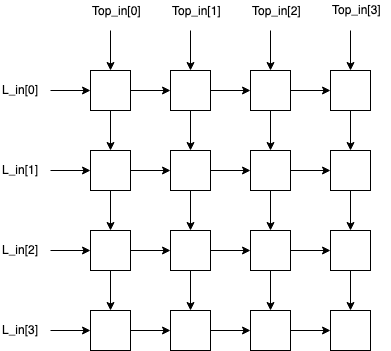
This is doc.png from BracketMaster/Systolic-Array-Python-Migen-Verilog, a draw.io export, as it was before one commit. Source tidied: cells renumbered, new cells last; positions are measured from the earlier drawing's top-left corner, leaving out a move shared by most shapes.
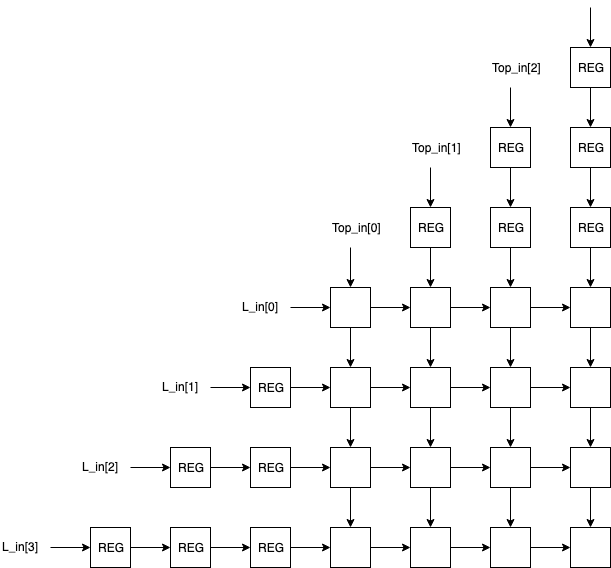
Later version of the same file.

The edit, as a diff of the source:
```diff
@@ -8,14 +8,16 @@
     <mxCell id="3" style="edgeStyle=orthogonalEdgeStyle;rounded=0;jettySize=auto;html=1;" parent="1" edge="1" source="6" target="21">
       <mxGeometry relative="1" as="geometry" />
     </mxCell>
-    <mxCell id="4" style="edgeStyle=orthogonalEdgeStyle;rounded=0;jettySize=auto;html=1;exitX=0;exitY=0.5;exitDx=0;exitDy=0;entryX=0;entryY=0.5;entryDx=0;entryDy=0;" parent="1" edge="1" target="6">
+    <mxCell id="4" style="edgeStyle=orthogonalEdgeStyle;rounded=0;orthogonalLoop=1;jettySize=auto;html=1;exitX=0;exitY=0.5;exitDx=0;exitDy=0;entryX=0;entryY=0.5;entryDx=0;entryDy=0;" parent="1" edge="1">
       <mxGeometry relative="1" as="geometry">
         <mxPoint x="50" y="90" as="sourcePoint" />
+        <mxPoint x="90" y="90" as="targetPoint" />
       </mxGeometry>
     </mxCell>
-    <mxCell id="5" style="edgeStyle=orthogonalEdgeStyle;rounded=0;jettySize=auto;html=1;exitX=0.5;exitY=0;exitDx=0;exitDy=0;entryX=0.5;entryY=0;entryDx=0;entryDy=0;" parent="1" edge="1" target="6">
+    <mxCell id="5" style="edgeStyle=orthogonalEdgeStyle;rounded=0;orthogonalLoop=1;jettySize=auto;html=1;exitX=0.5;exitY=0;exitDx=0;exitDy=0;entryX=0.5;entryY=0;entryDx=0;entryDy=0;" parent="1" edge="1">
       <mxGeometry relative="1" as="geometry">
         <mxPoint x="110" y="30" as="sourcePoint" />
+        <mxPoint x="110" y="70" as="targetPoint" />
       </mxGeometry>
     </mxCell>
     <mxCell id="6" style="rounded=0;whiteSpace=wrap;html=1;" parent="1" vertex="1">
@@ -27,9 +29,10 @@
     <mxCell id="8" style="edgeStyle=orthogonalEdgeStyle;rounded=0;jettySize=auto;html=1;exitX=0.5;exitY=1;exitDx=0;exitDy=0;entryX=0.5;entryY=0;entryDx=0;entryDy=0;" parent="1" edge="1" source="10" target="24">
       <mxGeometry relative="1" as="geometry" />
     </mxCell>
-    <mxCell id="9" style="edgeStyle=orthogonalEdgeStyle;rounded=0;jettySize=auto;html=1;exitX=0.5;exitY=0;exitDx=0;exitDy=0;entryX=0.5;entryY=0;entryDx=0;entryDy=0;" parent="1" edge="1" target="10">
+    <mxCell id="9" style="edgeStyle=orthogonalEdgeStyle;rounded=0;orthogonalLoop=1;jettySize=auto;html=1;exitX=0.5;exitY=0;exitDx=0;exitDy=0;entryX=0.5;entryY=0;entryDx=0;entryDy=0;" parent="1" edge="1">
       <mxGeometry relative="1" as="geometry">
-        <mxPoint x="190" y="30" as="sourcePoint" />
+        <mxPoint x="190" y="-50" as="sourcePoint" />
+        <mxPoint x="190" y="-10" as="targetPoint" />
       </mxGeometry>
     </mxCell>
     <mxCell id="10" style="rounded=0;whiteSpace=wrap;html=1;" parent="1" vertex="1">
@@ -41,9 +44,10 @@
     <mxCell id="12" style="edgeStyle=orthogonalEdgeStyle;rounded=0;jettySize=auto;html=1;exitX=0.5;exitY=1;exitDx=0;exitDy=0;entryX=0.5;entryY=0;entryDx=0;entryDy=0;" parent="1" edge="1" source="14" target="27">
       <mxGeometry relative="1" as="geometry" />
     </mxCell>
-    <mxCell id="13" style="edgeStyle=orthogonalEdgeStyle;rounded=0;jettySize=auto;html=1;exitX=0.5;exitY=0;exitDx=0;exitDy=0;entryX=0.5;entryY=0;entryDx=0;entryDy=0;" parent="1" edge="1" target="14">
+    <mxCell id="13" style="edgeStyle=orthogonalEdgeStyle;rounded=0;orthogonalLoop=1;jettySize=auto;html=1;exitX=0.5;exitY=0;exitDx=0;exitDy=0;entryX=0.5;entryY=0;entryDx=0;entryDy=0;" parent="1" edge="1">
       <mxGeometry relative="1" as="geometry">
-        <mxPoint x="270" y="30" as="sourcePoint" />
+        <mxPoint x="270" y="-130" as="sourcePoint" />
+        <mxPoint x="270" y="-90" as="targetPoint" />
       </mxGeometry>
     </mxCell>
     <mxCell id="14" style="rounded=0;whiteSpace=wrap;html=1;" parent="1" vertex="1">
@@ -52,9 +56,10 @@
     <mxCell id="15" style="edgeStyle=orthogonalEdgeStyle;rounded=0;jettySize=auto;html=1;exitX=0.5;exitY=1;exitDx=0;exitDy=0;entryX=0.5;entryY=0;entryDx=0;entryDy=0;" parent="1" edge="1" source="17" target="29">
       <mxGeometry relative="1" as="geometry" />
     </mxCell>
-    <mxCell id="16" style="edgeStyle=orthogonalEdgeStyle;rounded=0;jettySize=auto;html=1;exitX=0.5;exitY=0;exitDx=0;exitDy=0;entryX=0.5;entryY=0;entryDx=0;entryDy=0;" parent="1" edge="1" target="17">
+    <mxCell id="16" style="edgeStyle=orthogonalEdgeStyle;rounded=0;orthogonalLoop=1;jettySize=auto;html=1;exitX=0.5;exitY=0;exitDx=0;exitDy=0;entryX=0.5;entryY=0;entryDx=0;entryDy=0;" parent="1" edge="1">
       <mxGeometry relative="1" as="geometry">
-        <mxPoint x="350" y="30" as="sourcePoint" />
+        <mxPoint x="350" y="-210" as="sourcePoint" />
+        <mxPoint x="350" y="-170" as="targetPoint" />
       </mxGeometry>
     </mxCell>
     <mxCell id="17" style="rounded=0;whiteSpace=wrap;html=1;" parent="1" vertex="1">
@@ -66,9 +71,10 @@
     <mxCell id="19" style="edgeStyle=orthogonalEdgeStyle;rounded=0;jettySize=auto;html=1;" parent="1" edge="1" source="21" target="33">
       <mxGeometry relative="1" as="geometry" />
     </mxCell>
-    <mxCell id="20" style="edgeStyle=orthogonalEdgeStyle;rounded=0;jettySize=auto;html=1;exitX=0;exitY=0.5;exitDx=0;exitDy=0;entryX=0;entryY=0.5;entryDx=0;entryDy=0;" parent="1" edge="1" target="21">
+    <mxCell id="20" style="edgeStyle=orthogonalEdgeStyle;rounded=0;orthogonalLoop=1;jettySize=auto;html=1;exitX=0;exitY=0.5;exitDx=0;exitDy=0;entryX=0;entryY=0.5;entryDx=0;entryDy=0;" parent="1" edge="1">
       <mxGeometry relative="1" as="geometry">
-        <mxPoint x="50" y="170" as="sourcePoint" />
+        <mxPoint x="-30" y="170" as="sourcePoint" />
+        <mxPoint x="10" y="170" as="targetPoint" />
       </mxGeometry>
     </mxCell>
     <mxCell id="21" style="rounded=0;whiteSpace=wrap;html=1;" parent="1" vertex="1">
@@ -104,9 +110,10 @@
     <mxCell id="31" style="edgeStyle=orthogonalEdgeStyle;rounded=0;jettySize=auto;html=1;" parent="1" edge="1" source="33" target="44">
       <mxGeometry relative="1" as="geometry" />
     </mxCell>
-    <mxCell id="32" style="edgeStyle=orthogonalEdgeStyle;rounded=0;jettySize=auto;html=1;exitX=0;exitY=0.5;exitDx=0;exitDy=0;entryX=0;entryY=0.5;entryDx=0;entryDy=0;" parent="1" edge="1" target="33">
+    <mxCell id="32" style="edgeStyle=orthogonalEdgeStyle;rounded=0;orthogonalLoop=1;jettySize=auto;html=1;exitX=0;exitY=0.5;exitDx=0;exitDy=0;entryX=0;entryY=0.5;entryDx=0;entryDy=0;" parent="1" edge="1">
       <mxGeometry relative="1" as="geometry">
-        <mxPoint x="50" y="250" as="sourcePoint" />
+        <mxPoint x="-110" y="250" as="sourcePoint" />
+        <mxPoint x="-70" y="250" as="targetPoint" />
       </mxGeometry>
     </mxCell>
     <mxCell id="33" style="rounded=0;whiteSpace=wrap;html=1;" parent="1" vertex="1">
@@ -139,9 +146,10 @@
     <mxCell id="42" style="edgeStyle=orthogonalEdgeStyle;rounded=0;jettySize=auto;html=1;exitX=1;exitY=0.5;exitDx=0;exitDy=0;entryX=0;entryY=0.5;entryDx=0;entryDy=0;" parent="1" edge="1" source="44" target="46">
       <mxGeometry relative="1" as="geometry" />
     </mxCell>
-    <mxCell id="43" style="edgeStyle=orthogonalEdgeStyle;rounded=0;jettySize=auto;html=1;exitX=0;exitY=0.5;exitDx=0;exitDy=0;entryX=0;entryY=0.5;entryDx=0;entryDy=0;" parent="1" edge="1" target="44">
+    <mxCell id="43" style="edgeStyle=orthogonalEdgeStyle;rounded=0;orthogonalLoop=1;jettySize=auto;html=1;exitX=0;exitY=0.5;exitDx=0;exitDy=0;entryX=0;entryY=0.5;entryDx=0;entryDy=0;" parent="1" edge="1">
       <mxGeometry relative="1" as="geometry">
-        <mxPoint x="50" y="330" as="sourcePoint" />
+        <mxPoint x="-190" y="330" as="sourcePoint" />
+        <mxPoint x="-150" y="330" as="targetPoint" />
       </mxGeometry>
     </mxCell>
     <mxCell id="44" style="rounded=0;whiteSpace=wrap;html=1;" parent="1" vertex="1">
@@ -166,25 +174,94 @@
       <mxGeometry x="90" y="1" width="60" height="20" as="geometry" />
     </mxCell>
     <mxCell id="51" value="Top_in[1]" style="text;html=1;align=left;verticalAlign=top;spacingTop=-4;" parent="1" vertex="1">
-      <mxGeometry x="170" y="1" width="60" height="20" as="geometry" />
+      <mxGeometry x="170" y="-79" width="60" height="20" as="geometry" />
     </mxCell>
     <mxCell id="52" value="Top_in[2]" style="text;html=1;align=left;verticalAlign=top;spacingTop=-4;" parent="1" vertex="1">
-      <mxGeometry x="250" y="1" width="60" height="20" as="geometry" />
+      <mxGeometry x="250" y="-159" width="60" height="20" as="geometry" />
     </mxCell>
-    <mxCell id="53" value="Top_in[3]" style="text;html=1;align=left;verticalAlign=top;spacingTop=-4;" parent="1" vertex="1">
-      <mxGeometry x="330" width="60" height="20" as="geometry" />
+    <mxCell id="53" value="L_in[0]" style="text;html=1;align=left;verticalAlign=top;spacingTop=-4;" parent="1" vertex="1">
+      <mxGeometry y="80" width="50" height="20" as="geometry" />
     </mxCell>
-    <mxCell id="54" value="L_in[0]" style="text;html=1;align=left;verticalAlign=top;spacingTop=-4;" parent="1" vertex="1">
-      <mxGeometry y="80" width="50" height="20" as="geometry" />
+    <mxCell id="54" value="L_in[1]" style="text;html=1;align=left;verticalAlign=top;spacingTop=-4;" parent="1" vertex="1">
+      <mxGeometry x="-80" y="160" width="50" height="20" as="geometry" />
     </mxCell>
-    <mxCell id="55" value="L_in[1]" style="text;html=1;align=left;verticalAlign=top;spacingTop=-4;" parent="1" vertex="1">
-      <mxGeometry y="160" width="50" height="20" as="geometry" />
+    <mxCell id="55" value="L_in[2]" style="text;html=1;align=left;verticalAlign=top;spacingTop=-4;" parent="1" vertex="1">
+      <mxGeometry x="-160" y="240" width="50" height="20" as="geometry" />
     </mxCell>
-    <mxCell id="56" value="L_in[2]" style="text;html=1;align=left;verticalAlign=top;spacingTop=-4;" parent="1" vertex="1">
-      <mxGeometry y="240" width="50" height="20" as="geometry" />
+    <mxCell id="56" value="L_in[3]" style="text;html=1;align=left;verticalAlign=top;spacingTop=-4;" parent="1" vertex="1">
+      <mxGeometry x="-240" y="320" width="50" height="20" as="geometry" />
     </mxCell>
-    <mxCell id="57" value="L_in[3]" style="text;html=1;align=left;verticalAlign=top;spacingTop=-4;" parent="1" vertex="1">
-      <mxGeometry y="320" width="50" height="20" as="geometry" />
+    <mxCell id="57" style="edgeStyle=orthogonalEdgeStyle;rounded=0;jettySize=auto;html=1;" parent="1" edge="1" source="58" target="10">
+      <mxGeometry relative="1" as="geometry" />
     </mxCell>
+    <mxCell id="58" value="REG" style="rounded=0;whiteSpace=wrap;html=1;" parent="1" vertex="1">
+      <mxGeometry x="170" y="-10" width="40" height="40" as="geometry" />
+    </mxCell>
+    <mxCell id="59" style="edgeStyle=orthogonalEdgeStyle;rounded=0;jettySize=auto;html=1;" parent="1" edge="1" source="60" target="14">
+      <mxGeometry relative="1" as="geometry" />
+    </mxCell>
+    <mxCell id="60" value="REG" style="rounded=0;whiteSpace=wrap;html=1;" parent="1" vertex="1">
+      <mxGeometry x="250" y="-10" width="40" height="40" as="geometry" />
+    </mxCell>
+    <mxCell id="61" style="edgeStyle=orthogonalEdgeStyle;rounded=0;jettySize=auto;html=1;" parent="1" edge="1" source="62" target="17">
+      <mxGeometry relative="1" as="geometry" />
+    </mxCell>
+    <mxCell id="62" value="REG" style="rounded=0;whiteSpace=wrap;html=1;" parent="1" vertex="1">
+      <mxGeometry x="330" y="-10" width="40" height="40" as="geometry" />
+    </mxCell>
+    <mxCell id="63" style="edgeStyle=orthogonalEdgeStyle;rounded=0;jettySize=auto;html=1;" parent="1" edge="1" source="64" target="60">
+      <mxGeometry relative="1" as="geometry" />
+    </mxCell>
+    <mxCell id="64" value="REG" style="rounded=0;whiteSpace=wrap;html=1;" parent="1" vertex="1">
+      <mxGeometry x="250" y="-90" width="40" height="40" as="geometry" />
+    </mxCell>
+    <mxCell id="65" style="edgeStyle=orthogonalEdgeStyle;rounded=0;jettySize=auto;html=1;" parent="1" edge="1" source="66" target="62">
+      <mxGeometry relative="1" as="geometry" />
+    </mxCell>
+    <mxCell id="66" value="REG" style="rounded=0;whiteSpace=wrap;html=1;" parent="1" vertex="1">
+      <mxGeometry x="330" y="-90" width="40" height="40" as="geometry" />
+    </mxCell>
+    <mxCell id="67" style="edgeStyle=orthogonalEdgeStyle;rounded=0;jettySize=auto;html=1;" parent="1" edge="1" source="68" target="66">
+      <mxGeometry relative="1" as="geometry" />
+    </mxCell>
+    <mxCell id="68" value="REG" style="rounded=0;whiteSpace=wrap;html=1;" parent="1" vertex="1">
+      <mxGeometry x="330" y="-170" width="40" height="40" as="geometry" />
+    </mxCell>
+    <mxCell id="69" style="edgeStyle=orthogonalEdgeStyle;rounded=0;jettySize=auto;html=1;" parent="1" edge="1" source="70" target="21">
+      <mxGeometry relative="1" as="geometry" />
+    </mxCell>
+    <mxCell id="70" value="REG" style="rounded=0;whiteSpace=wrap;html=1;" parent="1" vertex="1">
+      <mxGeometry x="10" y="150" width="40" height="40" as="geometry" />
+    </mxCell>
+    <mxCell id="71" style="edgeStyle=orthogonalEdgeStyle;rounded=0;jettySize=auto;html=1;" parent="1" edge="1" source="72" target="33">
+      <mxGeometry relative="1" as="geometry" />
+    </mxCell>
+    <mxCell id="72" value="REG" style="rounded=0;whiteSpace=wrap;html=1;" parent="1" vertex="1">
+      <mxGeometry x="10" y="230" width="40" height="40" as="geometry" />
+    </mxCell>
+    <mxCell id="73" style="edgeStyle=orthogonalEdgeStyle;rounded=0;jettySize=auto;html=1;" parent="1" edge="1" source="74" target="44">
+      <mxGeometry relative="1" as="geometry" />
+    </mxCell>
+    <mxCell id="74" value="REG" style="rounded=0;whiteSpace=wrap;html=1;" parent="1" vertex="1">
+      <mxGeometry x="10" y="310" width="40" height="40" as="geometry" />
+    </mxCell>
+    <mxCell id="75" style="edgeStyle=orthogonalEdgeStyle;rounded=0;jettySize=auto;html=1;" parent="1" edge="1" source="76" target="72">
+      <mxGeometry relative="1" as="geometry" />
+    </mxCell>
+    <mxCell id="76" value="REG" style="rounded=0;whiteSpace=wrap;html=1;" parent="1" vertex="1">
+      <mxGeometry x="-70" y="230" width="40" height="40" as="geometry" />
+    </mxCell>
+    <mxCell id="77" style="edgeStyle=orthogonalEdgeStyle;rounded=0;jettySize=auto;html=1;" parent="1" edge="1" source="78" target="74">
+      <mxGeometry relative="1" as="geometry" />
+    </mxCell>
+    <mxCell id="78" value="REG" style="rounded=0;whiteSpace=wrap;html=1;" parent="1" vertex="1">
+      <mxGeometry x="-70" y="310" width="40" height="40" as="geometry" />
+    </mxCell>
+    <mxCell id="79" style="edgeStyle=orthogonalEdgeStyle;rounded=0;jettySize=auto;html=1;" parent="1" edge="1" source="80" target="78">
+      <mxGeometry relative="1" as="geometry" />
+    </mxCell>
+    <mxCell id="80" value="REG" style="rounded=0;whiteSpace=wrap;html=1;" parent="1" vertex="1">
+      <mxGeometry x="-150" y="310" width="40" height="40" as="geometry" />
+    </mxCell>
   </root>
 </mxGraphModel>
```
